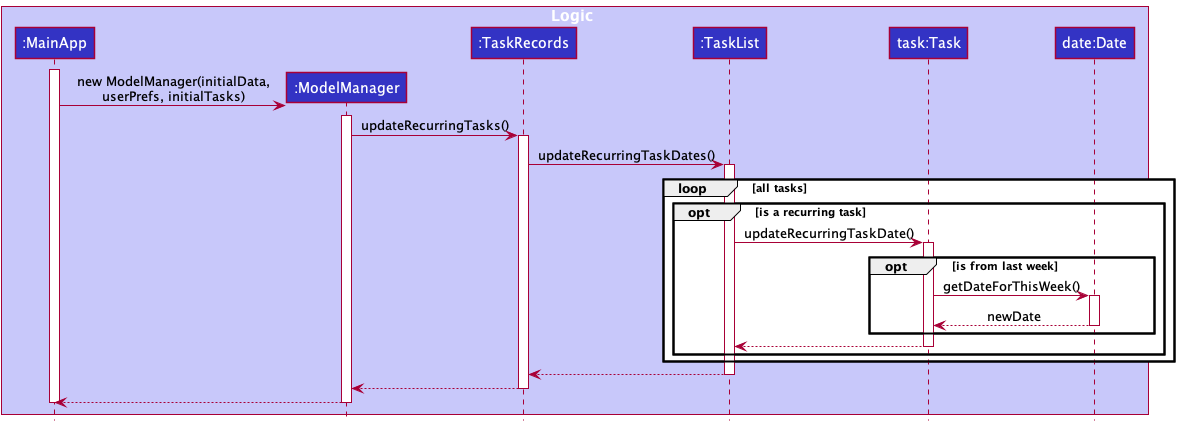
Before: docs/images/RecurringFrequencySequenceDiagram.png, a diagram exported from PlantUML (zhenxuantan/tp).
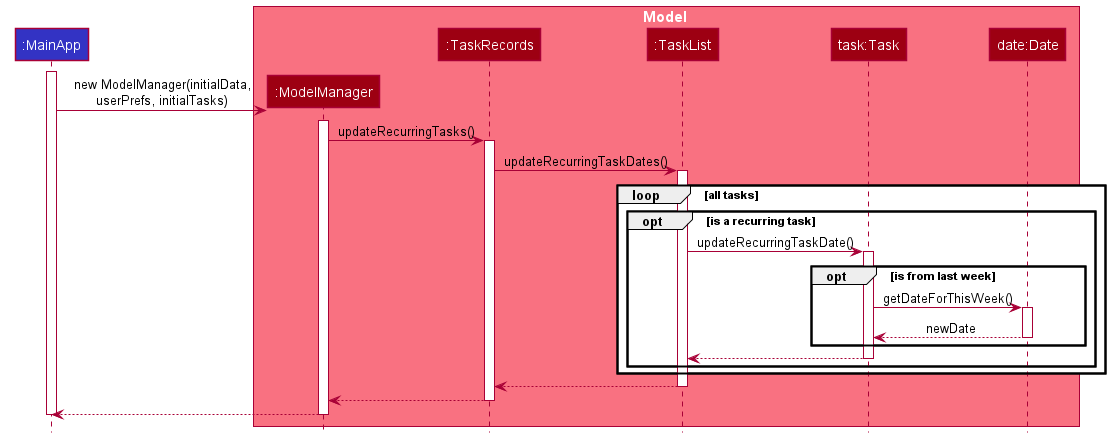
After the commit.

Commit message:
Edit sequence diagram for recurring

What changed in the source:
```diff
@@ -1,13 +1,13 @@
 @startuml
 !include style.puml
 
-box Logic LOGIC_COLOR_T1
 participant ":MainApp" as MainApp LOGIC_COLOR
-participant ":ModelManager" as ModelManager LOGIC_COLOR
-participant ":TaskRecords" as TaskRecords LOGIC_COLOR
-participant ":TaskList" as TaskList LOGIC_COLOR
-participant "task:Task" as Task LOGIC_COLOR
-participant "date:Date" as Date LOGIC_COLOR
+box Model MODEL_COLOR_T1
+participant ":ModelManager" as ModelManager MODEL_COLOR
+participant ":TaskRecords" as TaskRecords MODEL_COLOR
+participant ":TaskList" as TaskList MODEL_COLOR
+participant "task:Task" as Task MODEL_COLOR
+participant "date:Date" as Date MODEL_COLOR
 end box
 
 create MainApp
```
